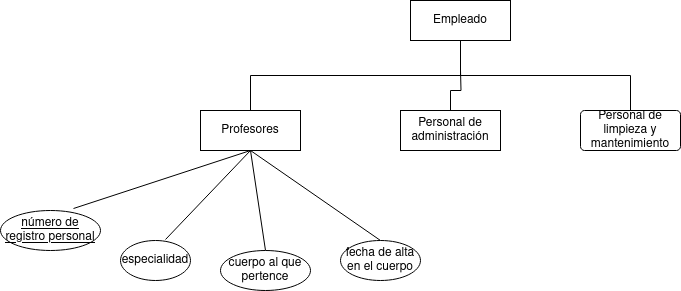
CRhernandez1/base-datos keeps this draw.io diagram as Unidad-1/Tareas/Tarea 8/Tarea-8.drawio.png. Above is the earlier version. Source tidied: cells renumbered, new cells last; positions are measured from the earlier drawing's top-left corner, leaving out a move shared by most shapes. The source it was exported from:
```xml
<mxGraphModel>
  <root>
    <mxCell id="0" />
    <mxCell id="1" parent="0" />
    <mxCell id="2" style="edgeStyle=orthogonalEdgeStyle;rounded=0;jettySize=auto;html=1;exitX=0.5;exitY=1;exitDx=0;exitDy=0;entryX=0.5;entryY=0;entryDx=0;entryDy=0;endArrow=none;endFill=0;" parent="1" edge="1" source="3" target="8">
      <mxGeometry relative="1" as="geometry" />
    </mxCell>
    <mxCell id="3" value="Empleado" style="whiteSpace=wrap;html=1;align=center;" parent="1" vertex="1">
      <mxGeometry x="410" width="100" height="40" as="geometry" />
    </mxCell>
    <mxCell id="4" style="edgeStyle=orthogonalEdgeStyle;rounded=0;jettySize=auto;html=1;exitX=0.5;exitY=0;exitDx=0;exitDy=0;endArrow=none;endFill=0;" parent="1" edge="1" source="5">
      <mxGeometry relative="1" as="geometry">
        <mxPoint x="460" y="70" as="targetPoint" />
      </mxGeometry>
    </mxCell>
    <mxCell id="5" value="Personal de administración" style="whiteSpace=wrap;html=1;align=center;" parent="1" vertex="1">
      <mxGeometry x="400" y="110" width="100" height="40" as="geometry" />
    </mxCell>
    <mxCell id="6" style="rounded=0;jettySize=auto;html=1;exitX=0.5;exitY=1;exitDx=0;exitDy=0;entryX=0.5;entryY=0;entryDx=0;entryDy=0;endArrow=none;endFill=0;" parent="1" edge="1" source="8" target="13">
      <mxGeometry relative="1" as="geometry" />
    </mxCell>
    <mxCell id="7" style="rounded=0;jettySize=auto;html=1;exitX=0.5;exitY=1;exitDx=0;exitDy=0;entryX=0.5;entryY=0;entryDx=0;entryDy=0;endArrow=none;endFill=0;" parent="1" edge="1" source="8" target="14">
      <mxGeometry relative="1" as="geometry" />
    </mxCell>
    <mxCell id="8" value="Profesores" style="whiteSpace=wrap;html=1;align=center;" parent="1" vertex="1">
      <mxGeometry x="200" y="110" width="100" height="40" as="geometry" />
    </mxCell>
    <mxCell id="9" style="edgeStyle=orthogonalEdgeStyle;rounded=0;jettySize=auto;html=1;exitX=0.5;exitY=0;exitDx=0;exitDy=0;endArrow=none;endFill=0;" parent="1" edge="1" source="10" target="3">
      <mxGeometry relative="1" as="geometry" />
    </mxCell>
    <mxCell id="10" value="&lt;div&gt;Personal de limpieza y mantenimiento&lt;/div&gt;" style="rounded=1;arcSize=10;whiteSpace=wrap;html=1;align=center;" parent="1" vertex="1">
      <mxGeometry x="580" y="110" width="100" height="40" as="geometry" />
    </mxCell>
    <mxCell id="11" value="número de registro personal" style="ellipse;whiteSpace=wrap;html=1;align=center;fontStyle=4;" parent="1" vertex="1">
      <mxGeometry y="210" width="100" height="40" as="geometry" />
    </mxCell>
    <mxCell id="12" value="especialidad" style="ellipse;whiteSpace=wrap;html=1;align=center;" parent="1" vertex="1">
      <mxGeometry x="120" y="240" width="70" height="40" as="geometry" />
    </mxCell>
    <mxCell id="13" value="&lt;div&gt;fecha de alta en el cuerpo&lt;/div&gt;" style="ellipse;whiteSpace=wrap;html=1;align=center;" parent="1" vertex="1">
      <mxGeometry x="340" y="240" width="80" height="40" as="geometry" />
    </mxCell>
    <mxCell id="14" value="cuerpo al que pertence" style="ellipse;whiteSpace=wrap;html=1;align=center;" parent="1" vertex="1">
      <mxGeometry x="220" y="250" width="90" height="40" as="geometry" />
    </mxCell>
    <mxCell id="15" style="rounded=0;jettySize=auto;html=1;exitX=0.5;exitY=1;exitDx=0;exitDy=0;entryX=0.73;entryY=-0.05;entryDx=0;entryDy=0;entryPerimeter=0;endArrow=none;endFill=0;" parent="1" edge="1" source="8" target="11">
      <mxGeometry relative="1" as="geometry" />
    </mxCell>
    <mxCell id="16" style="rounded=0;jettySize=auto;html=1;exitX=0.5;exitY=1;exitDx=0;exitDy=0;entryX=0.643;entryY=-0.025;entryDx=0;entryDy=0;entryPerimeter=0;endArrow=none;endFill=0;" parent="1" edge="1" source="8" target="12">
      <mxGeometry relative="1" as="geometry" />
    </mxCell>
  </root>
</mxGraphModel>
```
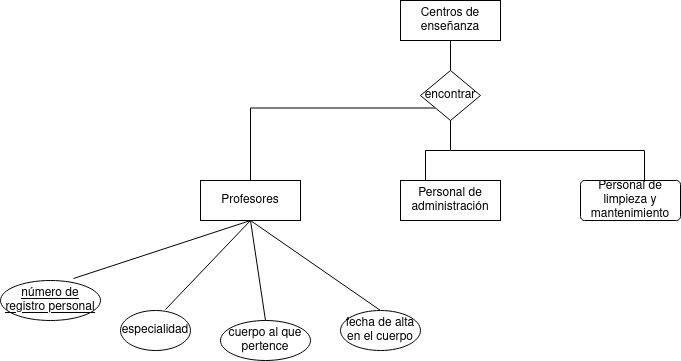
Later version of the same file.

Diff of the diagram source:
```diff
@@ -2,17 +2,12 @@
   <root>
     <mxCell id="0" />
     <mxCell id="1" parent="0" />
-    <mxCell id="2" style="edgeStyle=orthogonalEdgeStyle;rounded=0;jettySize=auto;html=1;exitX=0.5;exitY=1;exitDx=0;exitDy=0;entryX=0.5;entryY=0;entryDx=0;entryDy=0;endArrow=none;endFill=0;" parent="1" edge="1" source="3" target="8">
-      <mxGeometry relative="1" as="geometry" />
-    </mxCell>
+    <mxCell id="17" style="edgeStyle=orthogonalEdgeStyle;rounded=0;jettySize=auto;html=1;exitX=0.5;exitY=1;exitDx=0;exitDy=0;entryX=0.5;entryY=0;entryDx=0;entryDy=0;endArrow=none;endFill=0;" parent="1" edge="1" source="3" target="20">
+      <mxGeometry relative="1" as="geometry" />
+    </mxCell>
-    <mxCell id="3" value="Empleado" style="whiteSpace=wrap;html=1;align=center;" parent="1" vertex="1">
-      <mxGeometry x="410" width="100" height="40" as="geometry" />
+    <mxCell id="3" value="Centros de enseñanza" style="whiteSpace=wrap;html=1;align=center;" parent="1" vertex="1">
+      <mxGeometry x="400" y="-70" width="100" height="40" as="geometry" />
     </mxCell>
-    <mxCell id="4" style="edgeStyle=orthogonalEdgeStyle;rounded=0;jettySize=auto;html=1;exitX=0.5;exitY=0;exitDx=0;exitDy=0;endArrow=none;endFill=0;" parent="1" edge="1" source="5">
-      <mxGeometry relative="1" as="geometry">
-        <mxPoint x="460" y="70" as="targetPoint" />
-      </mxGeometry>
-    </mxCell>
     <mxCell id="5" value="Personal de administración" style="whiteSpace=wrap;html=1;align=center;" parent="1" vertex="1">
       <mxGeometry x="400" y="110" width="100" height="40" as="geometry" />
     </mxCell>
@@ -25,9 +20,6 @@
     <mxCell id="8" value="Profesores" style="whiteSpace=wrap;html=1;align=center;" parent="1" vertex="1">
       <mxGeometry x="200" y="110" width="100" height="40" as="geometry" />
     </mxCell>
-    <mxCell id="9" style="edgeStyle=orthogonalEdgeStyle;rounded=0;jettySize=auto;html=1;exitX=0.5;exitY=0;exitDx=0;exitDy=0;endArrow=none;endFill=0;" parent="1" edge="1" source="10" target="3">
-      <mxGeometry relative="1" as="geometry" />
-    </mxCell>
     <mxCell id="10" value="&lt;div&gt;Personal de limpieza y mantenimiento&lt;/div&gt;" style="rounded=1;arcSize=10;whiteSpace=wrap;html=1;align=center;" parent="1" vertex="1">
       <mxGeometry x="580" y="110" width="100" height="40" as="geometry" />
     </mxCell>
@@ -49,5 +41,17 @@
     <mxCell id="16" style="rounded=0;jettySize=auto;html=1;exitX=0.5;exitY=1;exitDx=0;exitDy=0;entryX=0.643;entryY=-0.025;entryDx=0;entryDy=0;entryPerimeter=0;endArrow=none;endFill=0;" parent="1" edge="1" source="8" target="12">
       <mxGeometry relative="1" as="geometry" />
     </mxCell>
+    <mxCell id="18" style="edgeStyle=orthogonalEdgeStyle;rounded=0;jettySize=auto;html=1;exitX=0;exitY=1;exitDx=0;exitDy=0;entryX=0.5;entryY=0;entryDx=0;entryDy=0;endArrow=none;endFill=0;" parent="1" edge="1" source="20" target="8">
+      <mxGeometry relative="1" as="geometry" />
+    </mxCell>
+    <mxCell id="19" style="edgeStyle=orthogonalEdgeStyle;rounded=0;jettySize=auto;html=1;exitX=0.5;exitY=1;exitDx=0;exitDy=0;entryX=0.25;entryY=0;entryDx=0;entryDy=0;endArrow=none;endFill=0;" parent="1" edge="1" source="20" target="5">
+      <mxGeometry relative="1" as="geometry" />
+    </mxCell>
+    <mxCell id="20" value="encontrar" style="shape=rhombus;perimeter=rhombusPerimeter;whiteSpace=wrap;html=1;align=center;" parent="1" vertex="1">
+      <mxGeometry x="420" width="60" height="50" as="geometry" />
+    </mxCell>
+    <mxCell id="21" style="edgeStyle=orthogonalEdgeStyle;rounded=0;jettySize=auto;html=1;exitX=0.5;exitY=1;exitDx=0;exitDy=0;entryX=0.64;entryY=0.025;entryDx=0;entryDy=0;entryPerimeter=0;endArrow=none;endFill=0;" parent="1" edge="1" source="20" target="10">
+      <mxGeometry relative="1" as="geometry" />
+    </mxCell>
   </root>
 </mxGraphModel>
```
